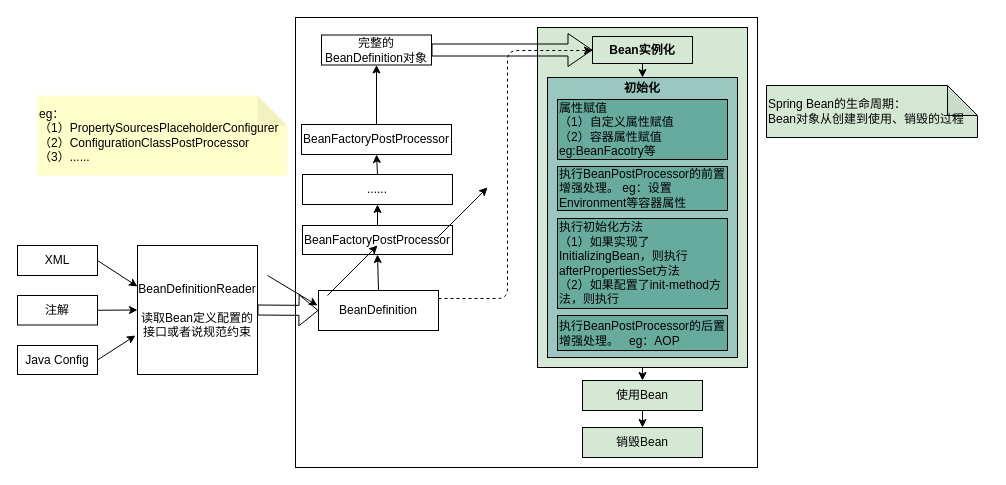
This is src-code-read-note/spring-note-drawio/Spring容器启动流程.drawio from zhifenghao123/spring-framework-5.3.x, a draw.io file, before an edit. Source tidied: cells renumbered, new cells numbered last; positions are measured from the earlier drawing's top-left corner, leaving out a move shared by most shapes. Both pictures are drawn from the tidied source at 100%, with x=0, y=0 at pixel (17, 17).
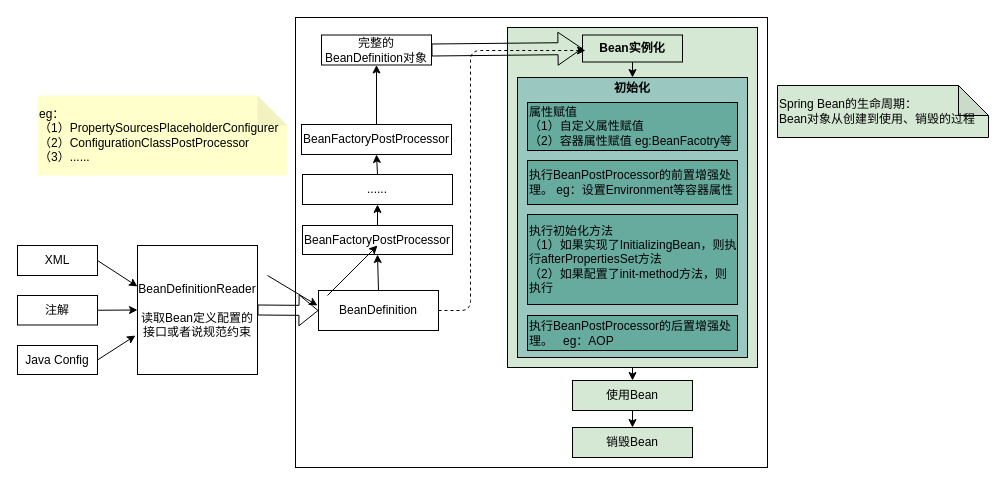
After the change.

Commit message:
增加Spring容器启动流程.drawio

Unchanged cells that the change refers to:
```xml
<mxCell id="8" value="&lt;font color=&quot;#000000&quot;&gt;BeanDefinition&lt;/font&gt;" style="rounded=0;whiteSpace=wrap;html=1;fillColor=none;strokeColor=#000000;" parent="1" vertex="1">
  <mxGeometry x="301" y="273" width="120" height="40" as="geometry" />
</mxCell>
```

Change to the diagram source:
```diff
@@
     <mxCell id="2" style="rounded=0;whiteSpace=wrap;html=1;strokeColor=#000000;fillColor=none;" parent="1" vertex="1">
-      <mxGeometry x="278" width="462" height="450" as="geometry" />
+      <mxGeometry x="278" width="472" height="450" as="geometry" />
     </mxCell>
     <mxCell id="3" style="rounded=0;whiteSpace=wrap;html=1;strokeColor=#000000;gradientColor=none;fillColor=#D5E8D4;" parent="1" vertex="1">
-      <mxGeometry x="520" y="10" width="210" height="340" as="geometry" />
+      <mxGeometry x="490" y="10" width="250" height="340" as="geometry" />
     </mxCell>
@@
     <mxCell id="20" value="&lt;font color=&quot;#000000&quot;&gt;&lt;b&gt;Bean实例化&lt;/b&gt;&lt;/font&gt;" style="rounded=0;whiteSpace=wrap;html=1;gradientColor=none;fillColor=none;strokeColor=#000000;" parent="1" vertex="1">
-      <mxGeometry x="575" y="19" width="100" height="27" as="geometry" />
+      <mxGeometry x="565" y="17.5" width="100" height="27" as="geometry" />
     </mxCell>
@@
-    <mxCell id="25" style="endArrow=classic;html=1;strokeColor=#000000;exitX=1;exitY=0.5;exitDx=0;exitDy=0;dashed=1;edgeStyle=orthogonalEdgeStyle;" parent="1" edge="1">
+    <mxCell id="25" style="endArrow=classic;html=1;strokeColor=#000000;exitX=1;exitY=0.5;exitDx=0;exitDy=0;dashed=1;edgeStyle=orthogonalEdgeStyle;" parent="1" edge="1" source="8">
       <mxGeometry relative="1" as="geometry">
-        <mxPoint x="421" y="281" as="sourcePoint" />
-        <mxPoint x="575" y="33" as="targetPoint" />
+        <mxPoint x="568" y="33" as="targetPoint" />
         <Array as="points">
-          <mxPoint x="490" y="281" />
-          <mxPoint x="490" y="33" />
+          <mxPoint x="453" y="293" />
+          <mxPoint x="453" y="33" />
         </Array>
       </mxGeometry>
     </mxCell>
@@
     <mxCell id="27" value="&lt;font color=&quot;#000000&quot;&gt;Spring Bean的生命周期：&lt;br&gt;Bean对象从创建到使用、销毁的过程&lt;br&gt;&lt;/font&gt;" style="shape=note;whiteSpace=wrap;html=1;backgroundOutline=1;darkOpacity=0.05;strokeColor=#000000;fillColor=#D5E8D4;gradientColor=none;align=left;" parent="1" vertex="1">
-      <mxGeometry x="749" y="68" width="211" height="52" as="geometry" />
+      <mxGeometry x="760" y="68" width="211" height="52" as="geometry" />
     </mxCell>
     <mxCell id="28" value="&lt;font color=&quot;#000000&quot;&gt;&lt;b&gt;初始化&lt;/b&gt;&lt;br&gt;&lt;br&gt;&lt;br&gt;&lt;br&gt;&lt;br&gt;&lt;/font&gt;&lt;br&gt;&lt;br&gt;&lt;br&gt;&lt;br&gt;&lt;br&gt;&lt;br&gt;&lt;br&gt;&lt;br&gt;&lt;br&gt;&lt;br&gt;&lt;br&gt;&lt;br&gt;&lt;br&gt;&lt;br&gt;" style="rounded=0;whiteSpace=wrap;html=1;strokeColor=#000000;gradientColor=none;fillColor=#9AC7BF;" parent="1" vertex="1">
-      <mxGeometry x="530" y="60" width="190" height="280" as="geometry" />
+      <mxGeometry x="500" y="60" width="230" height="280" as="geometry" />
     </mxCell>
     <mxCell id="29" value="&lt;div&gt;&lt;span style=&quot;color: rgb(0 , 0 , 0)&quot;&gt;属性赋值&lt;/span&gt;&lt;/div&gt;&lt;font color=&quot;#000000&quot;&gt;&lt;div&gt;&lt;span&gt;（1）自定义属性赋值&lt;/span&gt;&lt;/div&gt;&lt;div&gt;&lt;span&gt;（2）容器属性赋值 eg:BeanFacotry等&lt;/span&gt;&lt;/div&gt;&lt;/font&gt;" style="rounded=0;whiteSpace=wrap;html=1;strokeColor=#000000;gradientColor=none;align=left;fillColor=#67AB9F;" parent="1" vertex="1">
-      <mxGeometry x="540" y="82" width="170" height="60" as="geometry" />
+      <mxGeometry x="510" y="85" width="210" height="48" as="geometry" />
     </mxCell>
     <mxCell id="30" value="&lt;font color=&quot;#000000&quot;&gt;执行BeanPostProcessor的前置增强处理。 eg：设置Environment等容器属性&lt;/font&gt;" style="rounded=0;whiteSpace=wrap;html=1;strokeColor=#000000;gradientColor=none;align=left;fillColor=#67AB9F;" parent="1" vertex="1">
-      <mxGeometry x="540" y="149" width="170" height="44" as="geometry" />
+      <mxGeometry x="510" y="143" width="210" height="44" as="geometry" />
     </mxCell>
     <mxCell id="31" value="&lt;font color=&quot;#000000&quot;&gt;执行初始化方法&lt;br&gt;（1）如果实现了InitializingBean，则执行afterPropertiesSet方法&lt;br&gt;（2）如果配置了init-method方法，则执行&lt;br&gt;&lt;/font&gt;" style="rounded=0;whiteSpace=wrap;html=1;strokeColor=#000000;gradientColor=none;align=left;fillColor=#67AB9F;" parent="1" vertex="1">
-      <mxGeometry x="540" y="201" width="170" height="90" as="geometry" />
+      <mxGeometry x="510" y="197" width="210" height="90" as="geometry" />
     </mxCell>
     <mxCell id="32" value="&lt;font color=&quot;#000000&quot;&gt;执行BeanPostProcessor的后置增强处理。&amp;nbsp; &amp;nbsp;eg：AOP&lt;/font&gt;" style="rounded=0;whiteSpace=wrap;html=1;strokeColor=#000000;gradientColor=none;align=left;fillColor=#67AB9F;" parent="1" vertex="1">
-      <mxGeometry x="540" y="298" width="170" height="35" as="geometry" />
+      <mxGeometry x="510" y="298" width="210" height="35" as="geometry" />
     </mxCell>
     <mxCell id="33" value="&lt;font color=&quot;#000000&quot;&gt;使用Bean&lt;/font&gt;" style="rounded=0;whiteSpace=wrap;html=1;strokeColor=#000000;fillColor=#D5E8D4;gradientColor=none;" parent="1" vertex="1">
-      <mxGeometry x="565" y="363" width="120" height="30" as="geometry" />
+      <mxGeometry x="555" y="363" width="120" height="30" as="geometry" />
     </mxCell>
     <mxCell id="34" value="&lt;font color=&quot;#000000&quot;&gt;销毁Bean&lt;/font&gt;" style="rounded=0;whiteSpace=wrap;html=1;strokeColor=#000000;fillColor=#D5E8D4;gradientColor=none;" parent="1" vertex="1">
-      <mxGeometry x="565" y="410" width="120" height="30" as="geometry" />
+      <mxGeometry x="555" y="410" width="120" height="30" as="geometry" />
     </mxCell>
@@
-    <mxCell id="36" style="endArrow=classic;html=1;strokeColor=#000000;" parent="1" edge="1">
-      <mxGeometry relative="1" as="geometry">
-        <mxPoint x="420" y="220" as="sourcePoint" />
-        <mxPoint x="470" y="170" as="targetPoint" />
-      </mxGeometry>
-    </mxCell>
```
